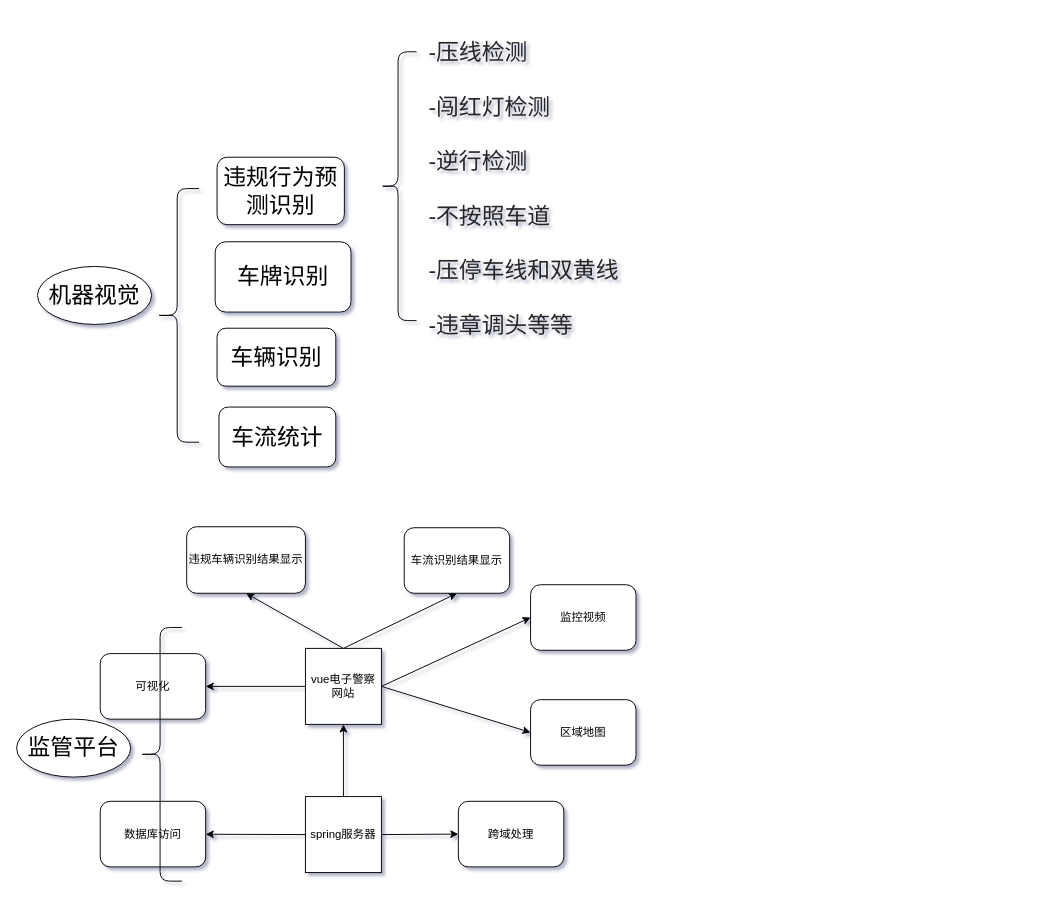
The draw.io diagram Untitled Diagram.drawio in SuperSparta117/drawio_liuchengtu, before the edit. Source tidied: cells renumbered, new cells numbered last; positions are measured from the earlier drawing's top-left corner, leaving out a move shared by most shapes. Both pictures are drawn from the tidied source at 95%, with x=0, y=0 at pixel (16, 32).
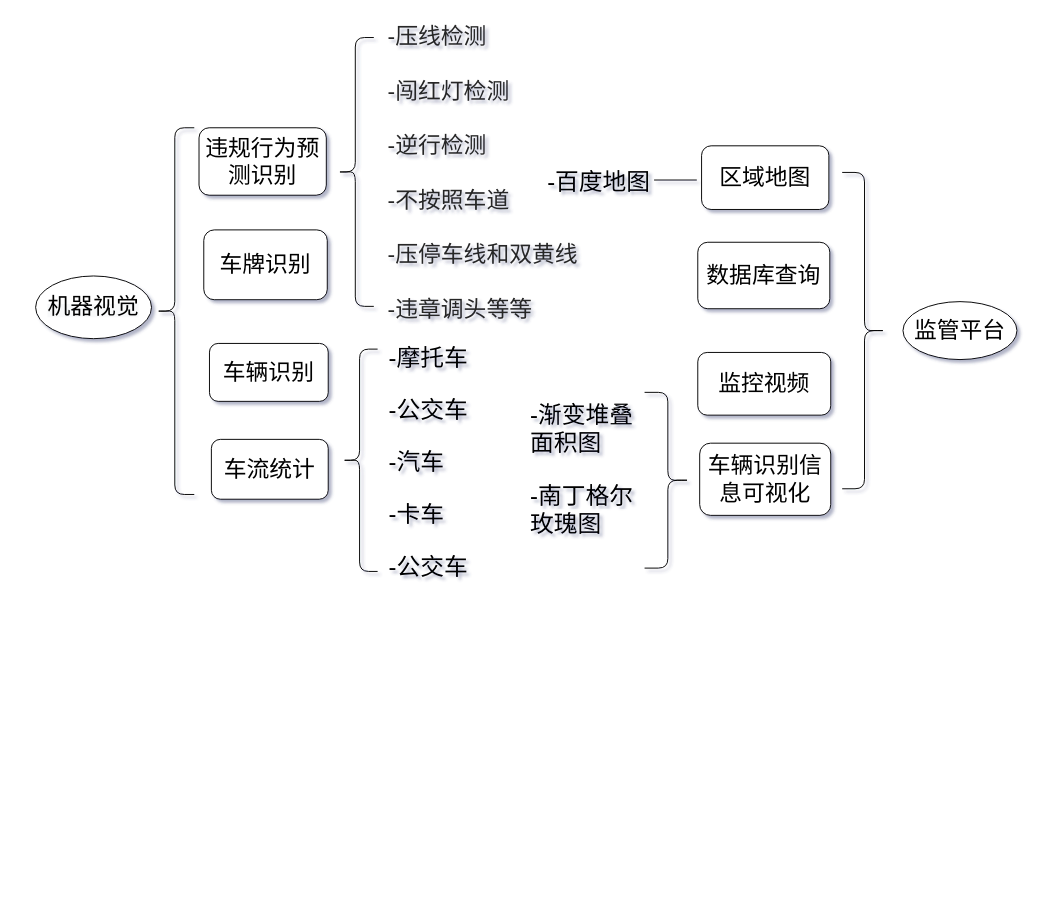
Above is the later version.

What changed in the source:
```diff
@@
-    <mxCell id="2" style="rounded=0;jettySize=auto;html=1;exitX=0.5;exitY=0;exitDx=0;exitDy=0;entryX=0.5;entryY=1;entryDx=0;entryDy=0;elbow=vertical;" parent="1" edge="1" source="7" target="8">
-      <mxGeometry relative="1" as="geometry" />
-    </mxCell>
-    <mxCell id="3" style="edgeStyle=none;rounded=0;jettySize=auto;html=1;exitX=0.5;exitY=0;exitDx=0;exitDy=0;entryX=0.5;entryY=1;entryDx=0;entryDy=0;elbow=vertical;" parent="1" edge="1" source="7" target="9">
-      <mxGeometry relative="1" as="geometry" />
-    </mxCell>
-    <mxCell id="4" style="edgeStyle=none;rounded=0;jettySize=auto;html=1;exitX=1;exitY=0.5;exitDx=0;exitDy=0;entryX=0;entryY=0.5;entryDx=0;entryDy=0;elbow=vertical;" parent="1" edge="1" source="7" target="15">
-      <mxGeometry relative="1" as="geometry" />
-    </mxCell>
-    <mxCell id="5" style="edgeStyle=none;rounded=0;jettySize=auto;html=1;exitX=1;exitY=0.5;exitDx=0;exitDy=0;entryX=0;entryY=0.5;entryDx=0;entryDy=0;elbow=vertical;" parent="1" edge="1" source="7" target="16">
-      <mxGeometry relative="1" as="geometry" />
-    </mxCell>
-    <mxCell id="6" style="edgeStyle=none;rounded=0;jettySize=auto;html=1;exitX=0;exitY=0.5;exitDx=0;exitDy=0;entryX=1;entryY=0.5;entryDx=0;entryDy=0;elbow=vertical;" parent="1" edge="1" source="7" target="10">
-      <mxGeometry relative="1" as="geometry" />
-    </mxCell>
-    <mxCell id="7" value="vue电子警察网站" style="whiteSpace=wrap;html=1;" parent="1" vertex="1">
-      <mxGeometry x="304" y="648" width="80" height="80" as="geometry" />
-    </mxCell>
-    <mxCell id="8" value="违规车辆识别结果显示" style="rounded=1;whiteSpace=wrap;html=1;" parent="1" vertex="1">
-      <mxGeometry x="179" y="520" width="125" height="70" as="geometry" />
-    </mxCell>
-    <mxCell id="9" value="车流识别结果显示" style="rounded=1;whiteSpace=wrap;html=1;" parent="1" vertex="1">
-      <mxGeometry x="408" y="521" width="111" height="69" as="geometry" />
-    </mxCell>
-    <mxCell id="10" value="可视化" style="rounded=1;whiteSpace=wrap;html=1;" parent="1" vertex="1">
-      <mxGeometry x="88" y="653.5" width="111" height="69" as="geometry" />
+    <mxCell id="10" value="&lt;font style=&quot;font-size: 24px;&quot;&gt;车辆识别信息可视化&lt;/font&gt;" style="rounded=1;whiteSpace=wrap;html=1;" parent="1" vertex="1">
+      <mxGeometry x="719" y="432" width="138" height="76" as="geometry" />
     </mxCell>
     <mxCell id="11" value="&lt;font style=&quot;font-size: 24px;&quot;&gt;车辆识别&lt;/font&gt;" style="rounded=1;whiteSpace=wrap;html=1;" parent="1" vertex="1">
-      <mxGeometry x="211" y="311" width="125" height="61" as="geometry" />
+      <mxGeometry x="203" y="327" width="125" height="61" as="geometry" />
     </mxCell>
     <mxCell id="12" value="&lt;font style=&quot;font-size: 24px;&quot;&gt;车牌识别&lt;/font&gt;" style="rounded=1;whiteSpace=wrap;html=1;" parent="1" vertex="1">
-      <mxGeometry x="209" y="220" width="143" height="74" as="geometry" />
+      <mxGeometry x="197" y="207.5" width="130" height="73.5" as="geometry" />
     </mxCell>
     <mxCell id="13" value="&lt;font style=&quot;font-size: 24px;&quot;&gt;违规行为预测识别&lt;/font&gt;" style="rounded=1;whiteSpace=wrap;html=1;" parent="1" vertex="1">
-      <mxGeometry x="211" y="131" width="134" height="71" as="geometry" />
+      <mxGeometry x="192" y="100" width="134" height="71" as="geometry" />
     </mxCell>
     <mxCell id="14" value="&lt;font style=&quot;font-size: 24px;&quot;&gt;&lt;font style=&quot;&quot;&gt;车流统&lt;/font&gt;计&lt;/font&gt;" style="rounded=1;whiteSpace=wrap;html=1;" parent="1" vertex="1">
-      <mxGeometry x="213" y="394" width="123" height="63" as="geometry" />
+      <mxGeometry x="205" y="428" width="123" height="63" as="geometry" />
     </mxCell>
-    <mxCell id="15" value="区域地图" style="rounded=1;whiteSpace=wrap;html=1;" parent="1" vertex="1">
-      <mxGeometry x="541" y="702" width="111" height="69" as="geometry" />
+    <mxCell id="15" value="&lt;font style=&quot;font-size: 24px;&quot;&gt;区域地图&lt;/font&gt;" style="rounded=1;whiteSpace=wrap;html=1;" parent="1" vertex="1">
+      <mxGeometry x="721" y="119" width="134" height="67" as="geometry" />
     </mxCell>
-    <mxCell id="16" value="监控视频" style="rounded=1;whiteSpace=wrap;html=1;" parent="1" vertex="1">
-      <mxGeometry x="541" y="581" width="111" height="69" as="geometry" />
+    <mxCell id="16" value="&lt;font style=&quot;font-size: 24px;&quot;&gt;监控视频&lt;/font&gt;" style="rounded=1;whiteSpace=wrap;html=1;" parent="1" vertex="1">
+      <mxGeometry x="717" y="336.5" width="140" height="66" as="geometry" />
     </mxCell>
-    <mxCell id="17" style="edgeStyle=none;rounded=0;jettySize=auto;html=1;exitX=0;exitY=0.5;exitDx=0;exitDy=0;" parent="1" edge="1" source="20" target="21">
-      <mxGeometry relative="1" as="geometry" />
-    </mxCell>
-    <mxCell id="18" style="edgeStyle=none;rounded=0;jettySize=auto;html=1;exitX=1;exitY=0.5;exitDx=0;exitDy=0;entryX=0;entryY=0.5;entryDx=0;entryDy=0;" parent="1" edge="1" source="20" target="22">
-      <mxGeometry relative="1" as="geometry" />
-    </mxCell>
-    <mxCell id="19" style="edgeStyle=none;rounded=0;jettySize=auto;html=1;exitX=0.5;exitY=0;exitDx=0;exitDy=0;entryX=0.5;entryY=1;entryDx=0;entryDy=0;" parent="1" edge="1" source="20" target="7">
-      <mxGeometry relative="1" as="geometry" />
-    </mxCell>
-    <mxCell id="20" value="&lt;span&gt;spring服务器&lt;/span&gt;" style="whiteSpace=wrap;html=1;" parent="1" vertex="1">
-      <mxGeometry x="304" y="804" width="80" height="80" as="geometry" />
-    </mxCell>
-    <mxCell id="21" value="数据库访问" style="rounded=1;whiteSpace=wrap;html=1;" parent="1" vertex="1">
-      <mxGeometry x="88" y="809" width="111" height="69" as="geometry" />
+    <mxCell id="21" value="&lt;font style=&quot;font-size: 24px;&quot;&gt;数据库查询&lt;/font&gt;" style="rounded=1;whiteSpace=wrap;html=1;" parent="1" vertex="1">
+      <mxGeometry x="717" y="220.5" width="139" height="70" as="geometry" />
     </mxCell>
-    <mxCell id="22" value="跨域处理" style="rounded=1;whiteSpace=wrap;html=1;" parent="1" vertex="1">
-      <mxGeometry x="465" y="809" width="111" height="69" as="geometry" />
-    </mxCell>
     <mxCell id="23" value="&lt;span style=&quot;color: rgb(0, 0, 0); font-family: Helvetica; font-style: normal; font-variant-ligatures: normal; font-variant-caps: normal; font-weight: 400; letter-spacing: normal; orphans: 2; text-align: center; text-indent: 0px; text-transform: none; widows: 2; word-spacing: 0px; -webkit-text-stroke-width: 0px; background-color: rgb(248, 249, 250); text-decoration-style: initial; text-decoration-color: initial; float: none; display: inline !important;&quot;&gt;&lt;font style=&quot;font-size: 24px;&quot;&gt;机器视觉&lt;/font&gt;&lt;/span&gt;" style="ellipse;whiteSpace=wrap;html=1;" parent="1" vertex="1">
-      <mxGeometry x="22" y="246" width="120" height="61" as="geometry" />
+      <mxGeometry x="20" y="256" width="122" height="66" as="geometry" />
     </mxCell>
     <mxCell id="24" style="shape=curlyBracket;whiteSpace=wrap;html=1;rounded=1;" parent="1" vertex="1">
-      <mxGeometry x="146" y="164" width="46" height="267" as="geometry" />
+      <mxGeometry x="146" y="100" width="41" height="386" as="geometry" />
     </mxCell>
     <mxCell id="25" value="&lt;p style=&quot;language:zh-CN;margin-top:0pt;margin-bottom:0pt;margin-left:0in;&#10;text-align:left;direction:ltr;unicode-bidi:embed;mso-line-break-override:none;&#10;word-break:normal;punctuation-wrap:hanging&quot;&gt;&lt;span style=&quot;font-size:18.0pt;&#10;font-family:微软雅黑;mso-ascii-font-family:微软雅黑;mso-fareast-font-family:微软雅黑;&#10;mso-bidi-font-family:+mn-cs;mso-bidi-theme-font:minor-bidi;color:#262626;&#10;mso-color-index:1;mso-font-kerning:12.0pt;language:en-US;mso-style-textfill-type:&#10;solid;mso-style-textfill-fill-themecolor:text1;mso-style-textfill-fill-color:&#10;#262626;mso-style-textfill-fill-alpha:100.0%;mso-style-textfill-fill-colortransforms:&#10;&amp;quot;lumm=85000 lumo=15000&amp;quot;&quot;&gt;-&lt;/span&gt;&lt;span style=&quot;font-size:18.0pt;font-family:&#10;微软雅黑;mso-ascii-font-family:微软雅黑;mso-fareast-font-family:微软雅黑;mso-bidi-font-family:&#10;+mn-cs;mso-bidi-theme-font:minor-bidi;color:#262626;mso-color-index:1;&#10;mso-font-kerning:12.0pt;language:zh-CN;mso-style-textfill-type:solid;&#10;mso-style-textfill-fill-themecolor:text1;mso-style-textfill-fill-color:#262626;&#10;mso-style-textfill-fill-alpha:100.0%;mso-style-textfill-fill-colortransforms:&#10;&amp;quot;lumm=85000 lumo=15000&amp;quot;&quot;&gt;压线检测&lt;/span&gt;&lt;/p&gt;&#10;&#10;&lt;p style=&quot;language:zh-CN;margin-top:0pt;margin-bottom:0pt;margin-left:0in;&#10;text-align:left;direction:ltr;unicode-bidi:embed;mso-line-break-override:none;&#10;word-break:normal;punctuation-wrap:hanging&quot;&gt;&lt;span style=&quot;font-size:18.0pt;&#10;font-family:微软雅黑;mso-ascii-font-family:微软雅黑;mso-fareast-font-family:微软雅黑;&#10;mso-bidi-font-family:+mn-cs;mso-bidi-theme-font:minor-bidi;color:#262626;&#10;mso-color-index:1;mso-font-kerning:12.0pt;language:en-US;mso-style-textfill-type:&#10;solid;mso-style-textfill-fill-themecolor:text1;mso-style-textfill-fill-color:&#10;#262626;mso-style-textfill-fill-alpha:100.0%;mso-style-textfill-fill-colortransforms:&#10;&amp;quot;lumm=85000 lumo=15000&amp;quot;&quot;&gt;-&lt;/span&gt;&lt;span style=&quot;font-size:18.0pt;font-family:&#10;微软雅黑;mso-ascii-font-family:微软雅黑;mso-fareast-font-family:微软雅黑;mso-bidi-font-family:&#10;+mn-cs;mso-bidi-theme-font:minor-bidi;color:#262626;mso-color-index:1;&#10;mso-font-kerning:12.0pt;language:zh-CN;mso-style-textfill-type:solid;&#10;mso-style-textfill-fill-themecolor:text1;mso-style-textfill-fill-color:#262626;&#10;mso-style-textfill-fill-alpha:100.0%;mso-style-textfill-fill-colortransforms:&#10;&amp;quot;lumm=85000 lumo=15000&amp;quot;&quot;&gt;闯红灯检测&lt;/span&gt;&lt;/p&gt;&#10;&#10;&lt;p style=&quot;language:zh-CN;margin-top:0pt;margin-bottom:0pt;margin-left:0in;&#10;text-align:left;direction:ltr;unicode-bidi:embed;mso-line-break-override:none;&#10;word-break:normal;punctuation-wrap:hanging&quot;&gt;&lt;span style=&quot;font-size:18.0pt;&#10;font-family:微软雅黑;mso-ascii-font-family:微软雅黑;mso-fareast-font-family:微软雅黑;&#10;mso-bidi-font-family:+mn-cs;mso-bidi-theme-font:minor-bidi;color:#262626;&#10;mso-color-index:1;mso-font-kerning:12.0pt;language:en-US;mso-style-textfill-type:&#10;solid;mso-style-textfill-fill-themecolor:text1;mso-style-textfill-fill-color:&#10;#262626;mso-style-textfill-fill-alpha:100.0%;mso-style-textfill-fill-colortransforms:&#10;&amp;quot;lumm=85000 lumo=15000&amp;quot;&quot;&gt;-&lt;/span&gt;&lt;span style=&quot;font-size:18.0pt;font-family:&#10;微软雅黑;mso-ascii-font-family:微软雅黑;mso-fareast-font-family:微软雅黑;mso-bidi-font-family:&#10;+mn-cs;mso-bidi-theme-font:minor-bidi;color:#262626;mso-color-index:1;&#10;mso-font-kerning:12.0pt;language:zh-CN;mso-style-textfill-type:solid;&#10;mso-style-textfill-fill-themecolor:text1;mso-style-textfill-fill-color:#262626;&#10;mso-style-textfill-fill-alpha:100.0%;mso-style-textfill-fill-colortransforms:&#10;&amp;quot;lumm=85000 lumo=15000&amp;quot;&quot;&gt;逆行检测&lt;/span&gt;&lt;/p&gt;&#10;&#10;&lt;p style=&quot;language:zh-CN;margin-top:0pt;margin-bottom:0pt;margin-left:0in;&#10;text-align:left;direction:ltr;unicode-bidi:embed;mso-line-break-override:none;&#10;word-break:normal;punctuation-wrap:hanging&quot;&gt;&lt;span style=&quot;font-size:18.0pt;&#10;font-family:微软雅黑;mso-ascii-font-family:微软雅黑;mso-fareast-font-family:微软雅黑;&#10;mso-bidi-font-family:+mn-cs;mso-bidi-theme-font:minor-bidi;color:#262626;&#10;mso-color-index:1;mso-font-kerning:12.0pt;language:en-US;mso-style-textfill-type:&#10;solid;mso-style-textfill-fill-themecolor:text1;mso-style-textfill-fill-color:&#10;#262626;mso-style-textfill-fill-alpha:100.0%;mso-style-textfill-fill-colortransforms:&#10;&amp;quot;lumm=85000 lumo=15000&amp;quot;&quot;&gt;-&lt;/span&gt;&lt;span style=&quot;font-size:18.0pt;font-family:&#10;微软雅黑;mso-ascii-font-family:微软雅黑;mso-fareast-font-family:微软雅黑;mso-bidi-font-family:&#10;+mn-cs;mso-bidi-theme-font:minor-bidi;color:#262626;mso-color-index:1;&#10;mso-font-kerning:12.0pt;language:zh-CN;mso-style-textfill-type:solid;&#10;mso-style-textfill-fill-themecolor:text1;mso-style-textfill-fill-color:#262626;&#10;mso-style-textfill-fill-alpha:100.0%;mso-style-textfill-fill-colortransforms:&#10;&amp;quot;lumm=85000 lumo=15000&amp;quot;&quot;&gt;不按照车道&lt;/span&gt;&lt;/p&gt;&#10;&#10;&lt;p style=&quot;language:zh-CN;margin-top:0pt;margin-bottom:0pt;margin-left:0in;&#10;text-align:left;direction:ltr;unicode-bidi:embed;mso-line-break-override:none;&#10;word-break:normal;punctuation-wrap:hanging&quot;&gt;&lt;span style=&quot;font-size:18.0pt;&#10;font-family:微软雅黑;mso-ascii-font-family:微软雅黑;mso-fareast-font-family:微软雅黑;&#10;mso-bidi-font-family:+mn-cs;mso-bidi-theme-font:minor-bidi;color:#262626;&#10;mso-color-index:1;mso-font-kerning:12.0pt;language:en-US;mso-style-textfill-type:&#10;solid;mso-style-textfill-fill-themecolor:text1;mso-style-textfill-fill-color:&#10;#262626;mso-style-textfill-fill-alpha:100.0%;mso-style-textfill-fill-colortransforms:&#10;&amp;quot;lumm=85000 lumo=15000&amp;quot;&quot;&gt;-&lt;/span&gt;&lt;span style=&quot;font-size:18.0pt;font-family:&#10;微软雅黑;mso-ascii-font-family:微软雅黑;mso-fareast-font-family:微软雅黑;mso-bidi-font-family:&#10;+mn-cs;mso-bidi-theme-font:minor-bidi;color:#262626;mso-color-index:1;&#10;mso-font-kerning:12.0pt;language:zh-CN;mso-style-textfill-type:solid;&#10;mso-style-textfill-fill-themecolor:text1;mso-style-textfill-fill-color:#262626;&#10;mso-style-textfill-fill-alpha:100.0%;mso-style-textfill-fill-colortransforms:&#10;&amp;quot;lumm=85000 lumo=15000&amp;quot;&quot;&gt;压停车线和双黄线&lt;/span&gt;&lt;/p&gt;&#10;&#10;&lt;p style=&quot;language:zh-CN;margin-top:0pt;margin-bottom:0pt;margin-left:0in;&#10;text-align:left;direction:ltr;unicode-bidi:embed;mso-line-break-override:none;&#10;word-break:normal;punctuation-wrap:hanging&quot;&gt;&lt;span style=&quot;font-size:18.0pt;&#10;font-family:微软雅黑;mso-ascii-font-family:微软雅黑;mso-fareast-font-family:微软雅黑;&#10;mso-bidi-font-family:+mn-cs;mso-bidi-theme-font:minor-bidi;color:#262626;&#10;mso-color-index:1;mso-font-kerning:12.0pt;language:en-US;mso-style-textfill-type:&#10;solid;mso-style-textfill-fill-themecolor:text1;mso-style-textfill-fill-color:&#10;#262626;mso-style-textfill-fill-alpha:100.0%;mso-style-textfill-fill-colortransforms:&#10;&amp;quot;lumm=85000 lumo=15000&amp;quot;&quot;&gt;-&lt;/span&gt;&lt;span style=&quot;font-size:18.0pt;font-family:&#10;微软雅黑;mso-ascii-font-family:微软雅黑;mso-fareast-font-family:微软雅黑;mso-bidi-font-family:&#10;+mn-cs;mso-bidi-theme-font:minor-bidi;color:#262626;mso-color-index:1;&#10;mso-font-kerning:12.0pt;language:zh-CN;mso-style-textfill-type:solid;&#10;mso-style-textfill-fill-themecolor:text1;mso-style-textfill-fill-color:#262626;&#10;mso-style-textfill-fill-alpha:100.0%;mso-style-textfill-fill-colortransforms:&#10;&amp;quot;lumm=85000 lumo=15000&amp;quot;&quot;&gt;违章调头等等&lt;/span&gt;&lt;/p&gt;" style="text;whiteSpace=wrap;html=1;" parent="1" vertex="1">
-      <mxGeometry x="432" width="220" height="266" as="geometry" />
+      <mxGeometry x="389" y="-17" width="220" height="266" as="geometry" />
     </mxCell>
     <mxCell id="26" style="shape=curlyBracket;whiteSpace=wrap;html=1;rounded=1;size=0.5;" parent="1" vertex="1">
-      <mxGeometry x="382" y="20" width="39" height="283" as="geometry" />
+      <mxGeometry x="342" y="333" width="38" height="234" as="geometry" />
     </mxCell>
     <mxCell id="27" value="&lt;span style=&quot;font-size: 24px;&quot;&gt;监管平台&lt;/span&gt;" style="ellipse;whiteSpace=wrap;html=1;" parent="1" vertex="1">
-      <mxGeometry y="722.5" width="120" height="61" as="geometry" />
+      <mxGeometry x="933" y="283" width="120" height="61" as="geometry" />
     </mxCell>
-    <mxCell id="28" style="shape=curlyBracket;whiteSpace=wrap;html=1;rounded=1;" parent="1" vertex="1">
-      <mxGeometry x="128" y="626" width="46" height="267" as="geometry" />
+    <mxCell id="28" style="shape=curlyBracket;whiteSpace=wrap;html=1;rounded=1;rotation=-180;" parent="1" vertex="1">
+      <mxGeometry x="869" y="147" width="47" height="333" as="geometry" />
     </mxCell>
+    <mxCell id="29" style="shape=curlyBracket;whiteSpace=wrap;html=1;rounded=1;size=0.5;" parent="1" vertex="1">
+      <mxGeometry x="337" y="5" width="39" height="283" as="geometry" />
+    </mxCell>
+    <mxCell id="30" value="&lt;p style=&quot;font-size: 25px;&quot;&gt;&lt;span&gt;&lt;font style=&quot;font-size: 25px;&quot;&gt;-摩托车&lt;/font&gt;&lt;/span&gt;&lt;/p&gt;&lt;p style=&quot;font-size: 25px;&quot;&gt;&lt;span style=&quot;background-color: initial;&quot;&gt;-公交车&lt;/span&gt;&lt;/p&gt;&lt;p style=&quot;font-size: 25px;&quot;&gt;&lt;span style=&quot;background-color: initial;&quot;&gt;-汽车&lt;/span&gt;&lt;/p&gt;&lt;p style=&quot;font-size: 25px;&quot;&gt;&lt;span style=&quot;background-color: initial;&quot;&gt;-卡车&lt;/span&gt;&lt;/p&gt;&lt;p style=&quot;font-size: 25px;&quot;&gt;&lt;span style=&quot;background-color: initial;&quot;&gt;-公交车&lt;/span&gt;&lt;/p&gt;" style="text;whiteSpace=wrap;html=1;shadow=1;align=left;" parent="1" vertex="1">
+      <mxGeometry x="390" y="295" width="184" height="276" as="geometry" />
+    </mxCell>
+    <mxCell id="31" style="shape=curlyBracket;whiteSpace=wrap;html=1;rounded=1;rotation=-180;" parent="1" vertex="1">
+      <mxGeometry x="661" y="378.5" width="49" height="185" as="geometry" />
+    </mxCell>
+    <mxCell id="32" value="&lt;p style=&quot;font-size: 25px;&quot;&gt;&lt;/p&gt;&lt;span style=&quot;font-size: 25px;&quot;&gt;-渐变堆叠面积图&lt;/span&gt;&lt;p style=&quot;font-size: 25px;&quot;&gt;&lt;span style=&quot;background-color: initial;&quot;&gt;-南丁格尔&lt;/span&gt;&lt;span style=&quot;background-color: initial;&quot;&gt;玫瑰图&lt;/span&gt;&lt;/p&gt;" style="text;whiteSpace=wrap;html=1;shadow=1;align=left;" parent="1" vertex="1">
+      <mxGeometry x="539" y="355" width="111" height="206" as="geometry" />
+    </mxCell>
+    <mxCell id="33" style="endArrow=none;html=1;rounded=0;fontFamily=Helvetica;fontSize=25;" parent="1" edge="1">
+      <mxGeometry relative="1" as="geometry">
+        <mxPoint x="671" y="155" as="sourcePoint" />
+        <mxPoint x="716" y="155" as="targetPoint" />
+      </mxGeometry>
+    </mxCell>
+    <mxCell id="34" value="&lt;p style=&quot;font-size: 25px;&quot;&gt;&lt;/p&gt;&lt;span style=&quot;font-size: 25px;&quot;&gt;-百度地图&lt;br&gt;&lt;/span&gt;" style="text;whiteSpace=wrap;html=1;shadow=1;align=left;" parent="1" vertex="1">
+      <mxGeometry x="557" y="109.5" width="114" height="76.5" as="geometry" />
+    </mxCell>
```
